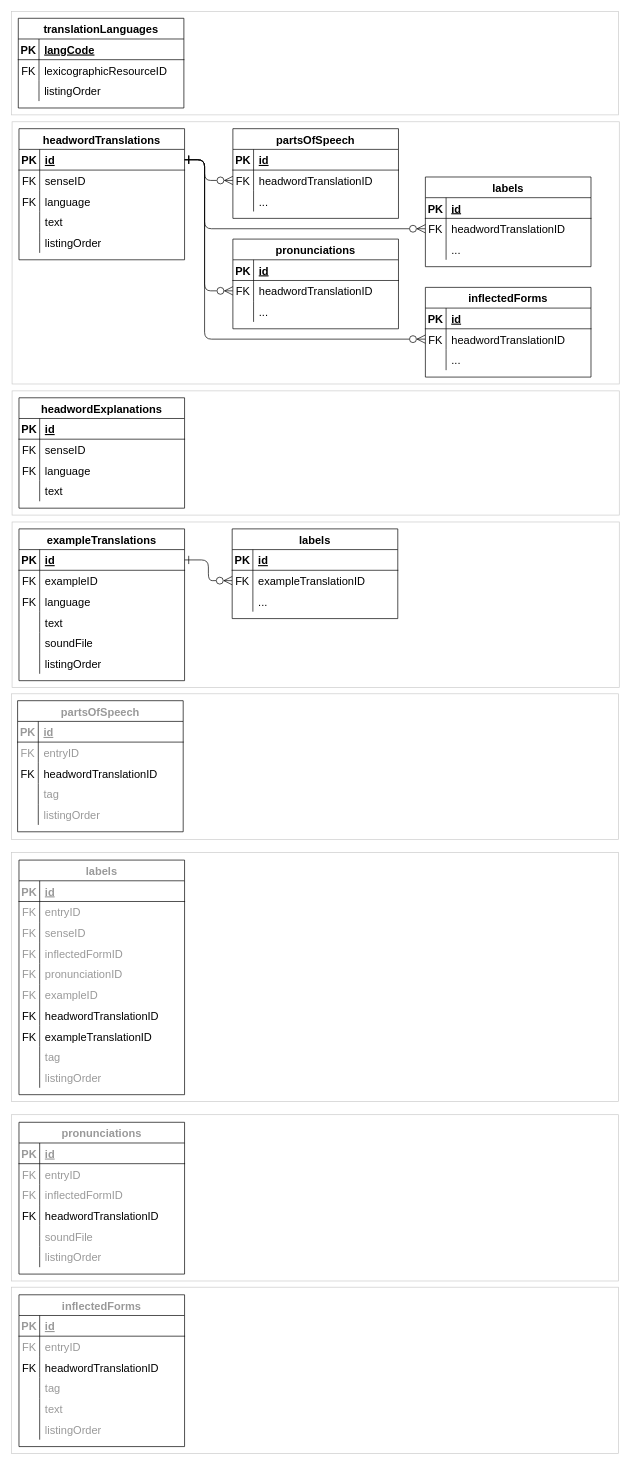
Earlier version of the draw.io diagram dmlex-v1.0/specification/modules/xlingual/databaseDiagrams/diagrams.drawio (oasis-tcs/lexidma). Source tidied: cells renumbered, new cells numbered last; positions are measured from the earlier drawing's top-left corner, leaving out a move shared by most shapes. Both pictures are drawn from the tidied source at 69%, with x=0, y=0 at pixel (11, 11).
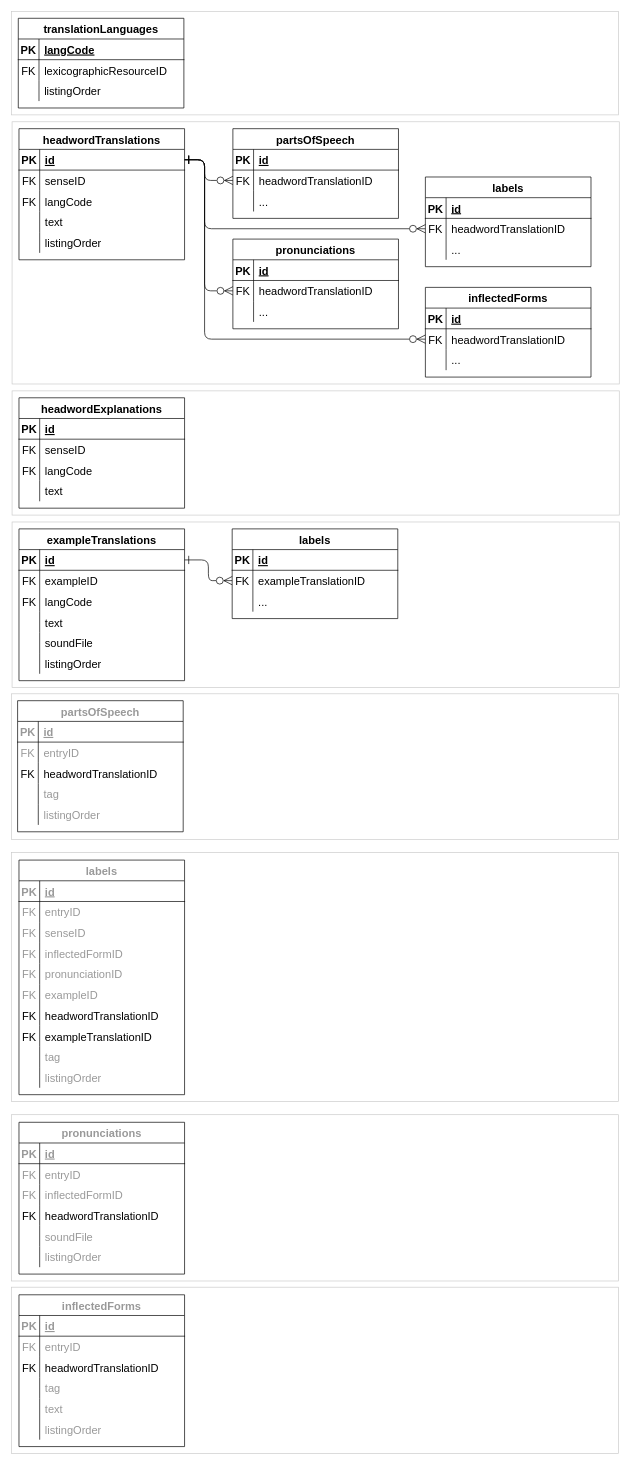
The same page after the edit.

The change refers to these unchanged cells:
```xml
<mxCell id="25" style="shape=tableRow;horizontal=0;startSize=0;swimlaneHead=0;swimlaneBody=0;fillColor=none;top=0;left=0;right=0;bottom=0;fontSize=16;" parent="18" vertex="1">
  <mxGeometry y="90" width="240" height="30" as="geometry" />
</mxCell>
<mxCell id="58" style="shape=tableRow;horizontal=0;startSize=0;swimlaneHead=0;swimlaneBody=0;fillColor=none;top=0;left=0;right=0;bottom=0;fontSize=16;" parent="51" vertex="1">
  <mxGeometry y="90" width="240" height="30" as="geometry" />
</mxCell>
<mxCell id="72" style="shape=tableRow;horizontal=0;startSize=0;swimlaneHead=0;swimlaneBody=0;fillColor=none;top=0;left=0;right=0;bottom=0;fontSize=16;" parent="65" vertex="1">
  <mxGeometry y="90" width="240" height="30" as="geometry" />
</mxCell>
```

The edit, as a diff of the source:
```diff
@@
-    <mxCell id="27" value="language" style="shape=partialRectangle;fillColor=none;top=0;left=0;bottom=0;right=0;align=left;spacingLeft=6;overflow=hidden;fontSize=16;" parent="25" vertex="1">
+    <mxCell id="27" value="langCode" style="shape=partialRectangle;fillColor=none;top=0;left=0;bottom=0;right=0;align=left;spacingLeft=6;overflow=hidden;fontSize=16;" parent="25" vertex="1">
       <mxGeometry x="30" width="210" height="30" as="geometry" />
     </mxCell>
@@
-    <mxCell id="60" value="language" style="shape=partialRectangle;fillColor=none;top=0;left=0;bottom=0;right=0;align=left;spacingLeft=6;overflow=hidden;fontSize=16;" parent="58" vertex="1">
+    <mxCell id="60" value="langCode" style="shape=partialRectangle;fillColor=none;top=0;left=0;bottom=0;right=0;align=left;spacingLeft=6;overflow=hidden;fontSize=16;" parent="58" vertex="1">
       <mxGeometry x="30" width="210" height="30" as="geometry" />
     </mxCell>
@@
-    <mxCell id="74" value="language" style="shape=partialRectangle;fillColor=none;top=0;left=0;bottom=0;right=0;align=left;spacingLeft=6;overflow=hidden;fontSize=16;" parent="72" vertex="1">
+    <mxCell id="74" value="langCode" style="shape=partialRectangle;fillColor=none;top=0;left=0;bottom=0;right=0;align=left;spacingLeft=6;overflow=hidden;fontSize=16;" parent="72" vertex="1">
       <mxGeometry x="30" width="210" height="30" as="geometry" />
     </mxCell>
```
